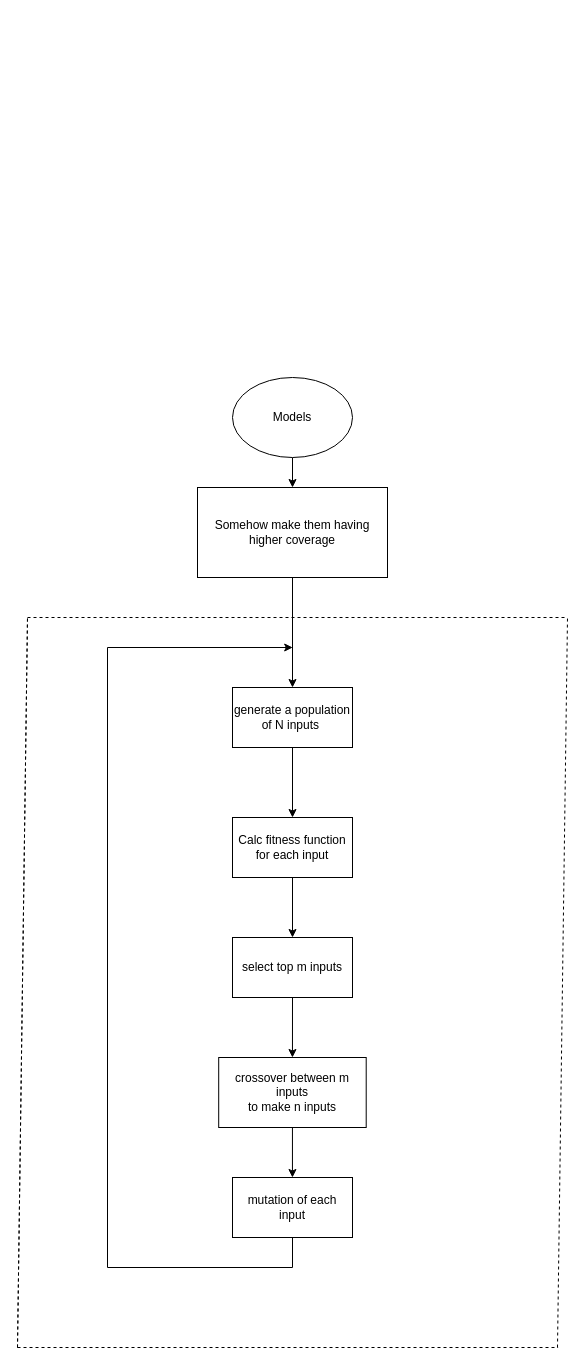
kelvinlyy/DCDT keeps this draw.io diagram as system flow.drawio. Above is the earlier version. Source tidied: cells renumbered, new cells numbered last; positions are measured from the earlier drawing's top-left corner, leaving out a move shared by most shapes. Both pictures are drawn from the tidied source at 100%, with x=0, y=0 at pixel (17, 377).
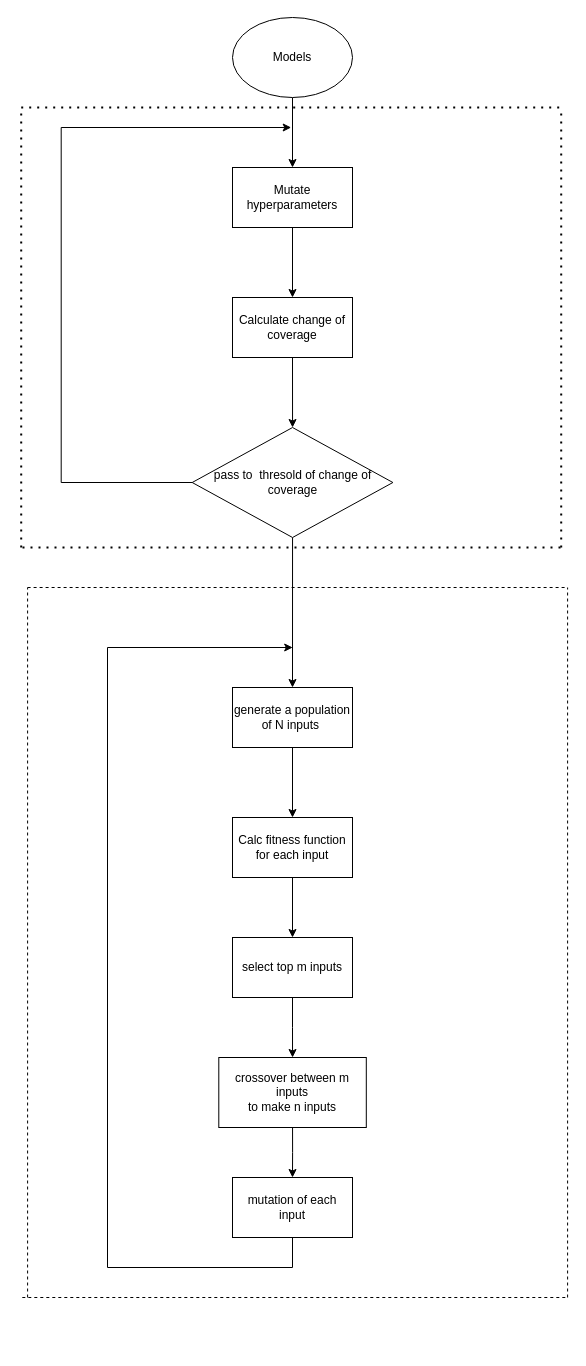
The same page after the edit.

The change refers to these unchanged cells:
```xml
<mxCell id="7" value="generate a population of N inputs&amp;nbsp;" style="rounded=0;whiteSpace=wrap;html=1;" parent="1" vertex="1">
  <mxGeometry x="215" y="310" width="120" height="60" as="geometry" />
</mxCell>
```

Diff of the diagram source:
```diff
@@
-    <mxCell id="2" style="edgeStyle=orthogonalEdgeStyle;rounded=0;jettySize=auto;html=1;exitX=0.5;exitY=1;exitDx=0;exitDy=0;" parent="1" edge="1" source="3" target="5">
-      <mxGeometry relative="1" as="geometry" />
-    </mxCell>
+    <mxCell id="21" style="edgeStyle=orthogonalEdgeStyle;rounded=0;jettySize=auto;html=1;exitX=0.5;exitY=1;exitDx=0;exitDy=0;entryX=0.5;entryY=0;entryDx=0;entryDy=0;" parent="1" edge="1" source="3" target="23">
+      <mxGeometry relative="1" as="geometry" />
+    </mxCell>
     <mxCell id="3" value="Models" style="ellipse;whiteSpace=wrap;html=1;" parent="1" vertex="1">
-      <mxGeometry x="215" width="120" height="80" as="geometry" />
+      <mxGeometry x="215" y="-360" width="120" height="80" as="geometry" />
     </mxCell>
-    <mxCell id="4" style="edgeStyle=orthogonalEdgeStyle;rounded=0;jettySize=auto;html=1;exitX=0.5;exitY=1;exitDx=0;exitDy=0;entryX=0.5;entryY=0;entryDx=0;entryDy=0;" parent="1" edge="1" source="5" target="7">
-      <mxGeometry relative="1" as="geometry" />
-    </mxCell>
-    <mxCell id="5" value="Somehow make them having higher coverage" style="rounded=0;whiteSpace=wrap;html=1;" parent="1" vertex="1">
-      <mxGeometry x="180" y="110" width="190" height="90" as="geometry" />
-    </mxCell>
@@
     <mxCell id="13" value="crossover between m inputs &lt;br&gt;to make n inputs" style="rounded=0;whiteSpace=wrap;html=1;" parent="1" vertex="1">
-      <mxGeometry x="201.2" y="680" width="147.5" height="70" as="geometry" />
+      <mxGeometry x="201.3" y="680" width="147.5" height="70" as="geometry" />
     </mxCell>
@@
-    <mxCell id="16" style="endArrow=none;dashed=1;html=1;rounded=0;" parent="1" edge="1">
-      <mxGeometry relative="1" as="geometry">
-        <mxPoint y="970" as="sourcePoint" />
-        <mxPoint x="10" y="240" as="targetPoint" />
-      </mxGeometry>
-    </mxCell>
     <mxCell id="17" style="endArrow=none;dashed=1;html=1;rounded=0;" parent="1" edge="1">
       <mxGeometry relative="1" as="geometry">
-        <mxPoint x="10" y="240" as="sourcePoint" />
-        <mxPoint x="550" y="240" as="targetPoint" />
+        <mxPoint x="10.1" y="210" as="sourcePoint" />
+        <mxPoint x="550.1" y="210" as="targetPoint" />
       </mxGeometry>
     </mxCell>
     <mxCell id="18" style="endArrow=none;dashed=1;html=1;rounded=0;" parent="1" edge="1">
       <mxGeometry relative="1" as="geometry">
-        <mxPoint y="970" as="sourcePoint" />
-        <mxPoint x="10" y="240" as="targetPoint" />
+        <mxPoint x="10.1" y="920" as="sourcePoint" />
+        <mxPoint x="10.1" y="210" as="targetPoint" />
       </mxGeometry>
     </mxCell>
     <mxCell id="19" style="endArrow=none;dashed=1;html=1;rounded=0;" parent="1" edge="1">
       <mxGeometry relative="1" as="geometry">
-        <mxPoint x="540" y="970" as="sourcePoint" />
-        <mxPoint x="550" y="240" as="targetPoint" />
+        <mxPoint x="550.1" y="920" as="sourcePoint" />
+        <mxPoint x="550.1" y="210" as="targetPoint" />
       </mxGeometry>
     </mxCell>
     <mxCell id="20" style="endArrow=none;dashed=1;html=1;rounded=0;" parent="1" edge="1">
       <mxGeometry relative="1" as="geometry">
-        <mxPoint y="970" as="sourcePoint" />
-        <mxPoint x="540.6" y="970" as="targetPoint" />
+        <mxPoint x="4.8" y="920" as="sourcePoint" />
+        <mxPoint x="550.1" y="920" as="targetPoint" />
       </mxGeometry>
     </mxCell>
+    <mxCell id="22" style="edgeStyle=orthogonalEdgeStyle;rounded=0;jettySize=auto;html=1;exitX=0.5;exitY=1;exitDx=0;exitDy=0;entryX=0.5;entryY=0;entryDx=0;entryDy=0;" parent="1" edge="1" source="23" target="25">
+      <mxGeometry relative="1" as="geometry" />
+    </mxCell>
+    <mxCell id="23" value="Mutate hyperparameters" style="rounded=0;whiteSpace=wrap;html=1;" parent="1" vertex="1">
+      <mxGeometry x="215" y="-210" width="120" height="60" as="geometry" />
+    </mxCell>
+    <mxCell id="24" style="edgeStyle=orthogonalEdgeStyle;rounded=0;jettySize=auto;html=1;exitX=0.5;exitY=1;exitDx=0;exitDy=0;entryX=0.5;entryY=0;entryDx=0;entryDy=0;" parent="1" edge="1" source="25" target="28">
+      <mxGeometry relative="1" as="geometry" />
+    </mxCell>
+    <mxCell id="25" value="Calculate change of coverage" style="rounded=0;whiteSpace=wrap;html=1;" parent="1" vertex="1">
+      <mxGeometry x="215" y="-80" width="120" height="60" as="geometry" />
+    </mxCell>
+    <mxCell id="26" style="edgeStyle=orthogonalEdgeStyle;rounded=0;jettySize=auto;html=1;exitX=0.5;exitY=1;exitDx=0;exitDy=0;entryX=0.5;entryY=0;entryDx=0;entryDy=0;" parent="1" edge="1" source="28" target="7">
+      <mxGeometry relative="1" as="geometry" />
+    </mxCell>
+    <mxCell id="27" style="edgeStyle=orthogonalEdgeStyle;rounded=0;jettySize=auto;html=1;exitX=0;exitY=0.5;exitDx=0;exitDy=0;" parent="1" edge="1" source="28">
+      <mxGeometry relative="1" as="geometry">
+        <mxPoint x="273.7" y="-250" as="targetPoint" />
+        <Array as="points">
+          <mxPoint x="43.7" y="105" />
+          <mxPoint x="43.7" y="-250" />
+        </Array>
+      </mxGeometry>
+    </mxCell>
+    <mxCell id="28" value="&lt;span&gt;pass to&amp;nbsp; thresold of change of coverage&lt;/span&gt;" style="rhombus;whiteSpace=wrap;html=1;" parent="1" vertex="1">
+      <mxGeometry x="174.7" y="50" width="200.7" height="110" as="geometry" />
+    </mxCell>
+    <mxCell id="29" style="endArrow=none;dashed=1;html=1;dashPattern=1 3;strokeWidth=2;rounded=0;" parent="1" edge="1">
+      <mxGeometry relative="1" as="geometry">
+        <mxPoint x="3.7" y="-270" as="sourcePoint" />
+        <mxPoint x="543.7" y="-270" as="targetPoint" />
+      </mxGeometry>
+    </mxCell>
+    <mxCell id="30" style="endArrow=none;dashed=1;html=1;dashPattern=1 3;strokeWidth=2;rounded=0;" parent="1" edge="1">
+      <mxGeometry relative="1" as="geometry">
+        <mxPoint x="5" y="170" as="sourcePoint" />
+        <mxPoint x="545" y="170" as="targetPoint" />
+      </mxGeometry>
+    </mxCell>
+    <mxCell id="31" style="endArrow=none;dashed=1;html=1;dashPattern=1 3;strokeWidth=2;rounded=0;" parent="1" edge="1">
+      <mxGeometry relative="1" as="geometry">
+        <mxPoint x="3.7" y="170" as="sourcePoint" />
+        <mxPoint x="3.7" y="-270" as="targetPoint" />
+      </mxGeometry>
+    </mxCell>
+    <mxCell id="32" style="endArrow=none;dashed=1;html=1;dashPattern=1 3;strokeWidth=2;rounded=0;" parent="1" edge="1">
+      <mxGeometry relative="1" as="geometry">
+        <mxPoint x="543.7" y="170" as="sourcePoint" />
+        <mxPoint x="543.7" y="-270" as="targetPoint" />
+        <Array as="points">
+          <mxPoint x="543.7" y="-50" />
+        </Array>
+      </mxGeometry>
+    </mxCell>
```
